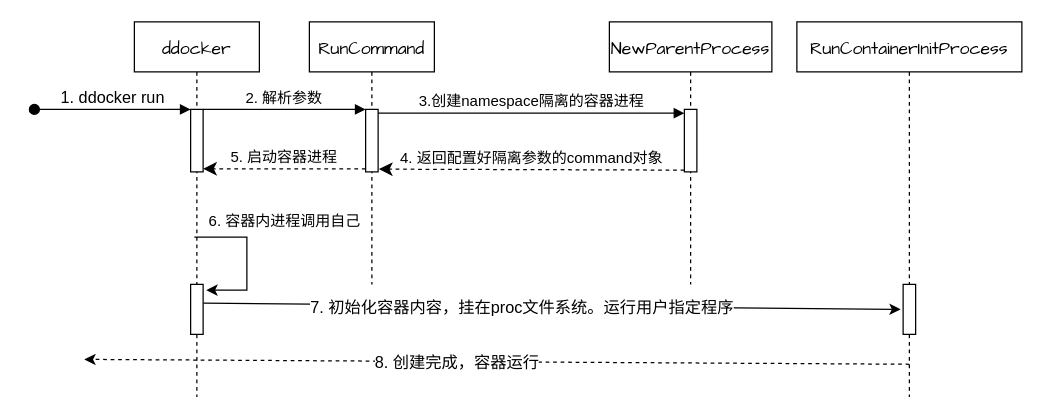
Before: page "Page-1" (1 of 5) of ddocker.drawio in devhg/markdown-xmind-drawio, a draw.io diagram. Source tidied: cells renumbered, new cells numbered last; positions are measured from the earlier drawing's top-left corner, leaving out a move shared by most shapes. Both pictures are drawn from the tidied source at 125%, with x=0, y=0 at pixel (34, 21).
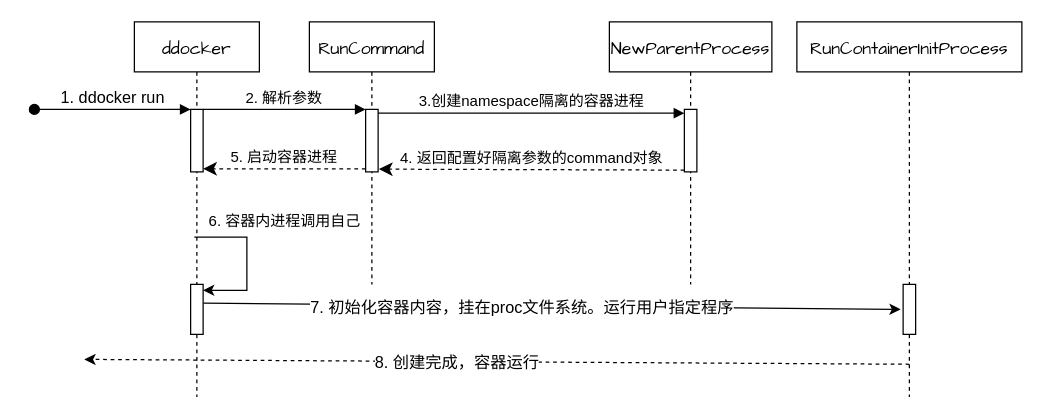
The same diagram, later.

The change refers to these unchanged cells:
```xml
<mxCell id="2" value="ddocker" style="shape=umlLifeline;perimeter=lifelinePerimeter;rounded=0;shadow=0;strokeWidth=1;fontSize=14;fontFamily=Comic Sans MS;" parent="1" vertex="1">
  <mxGeometry x="80" width="100" height="300" as="geometry" />
</mxCell>
<mxCell id="15" style="points=[];perimeter=orthogonalPerimeter;rounded=0;shadow=0;strokeWidth=1;" parent="1" vertex="1">
  <mxGeometry x="125" y="210" width="10" height="40" as="geometry" />
</mxCell>
```

Change to the diagram source:
```diff
@@
-    <mxCell id="20" style="endArrow=classic;html=1;fontFamily=Comic Sans MS;fontSize=13;exitX=0.48;exitY=0.574;exitDx=0;exitDy=0;exitPerimeter=0;entryX=1.26;entryY=0.115;entryDx=0;entryDy=0;entryPerimeter=0;edgeStyle=orthogonalEdgeStyle;rounded=0;" parent="1" edge="1" source="2" target="15">
+    <mxCell id="20" style="endArrow=classic;html=1;fontFamily=Comic Sans MS;fontSize=13;exitX=0.48;exitY=0.574;exitDx=0;exitDy=0;exitPerimeter=0;edgeStyle=orthogonalEdgeStyle;rounded=0;entryX=0.994;entryY=0.119;entryDx=0;entryDy=0;entryPerimeter=0;" parent="1" edge="1" source="2" target="15">
       <mxGeometry relative="1" as="geometry">
         <Array as="points">
           <mxPoint x="170" y="172" />
           <mxPoint x="170" y="215" />
         </Array>
       </mxGeometry>
     </mxCell>
```
